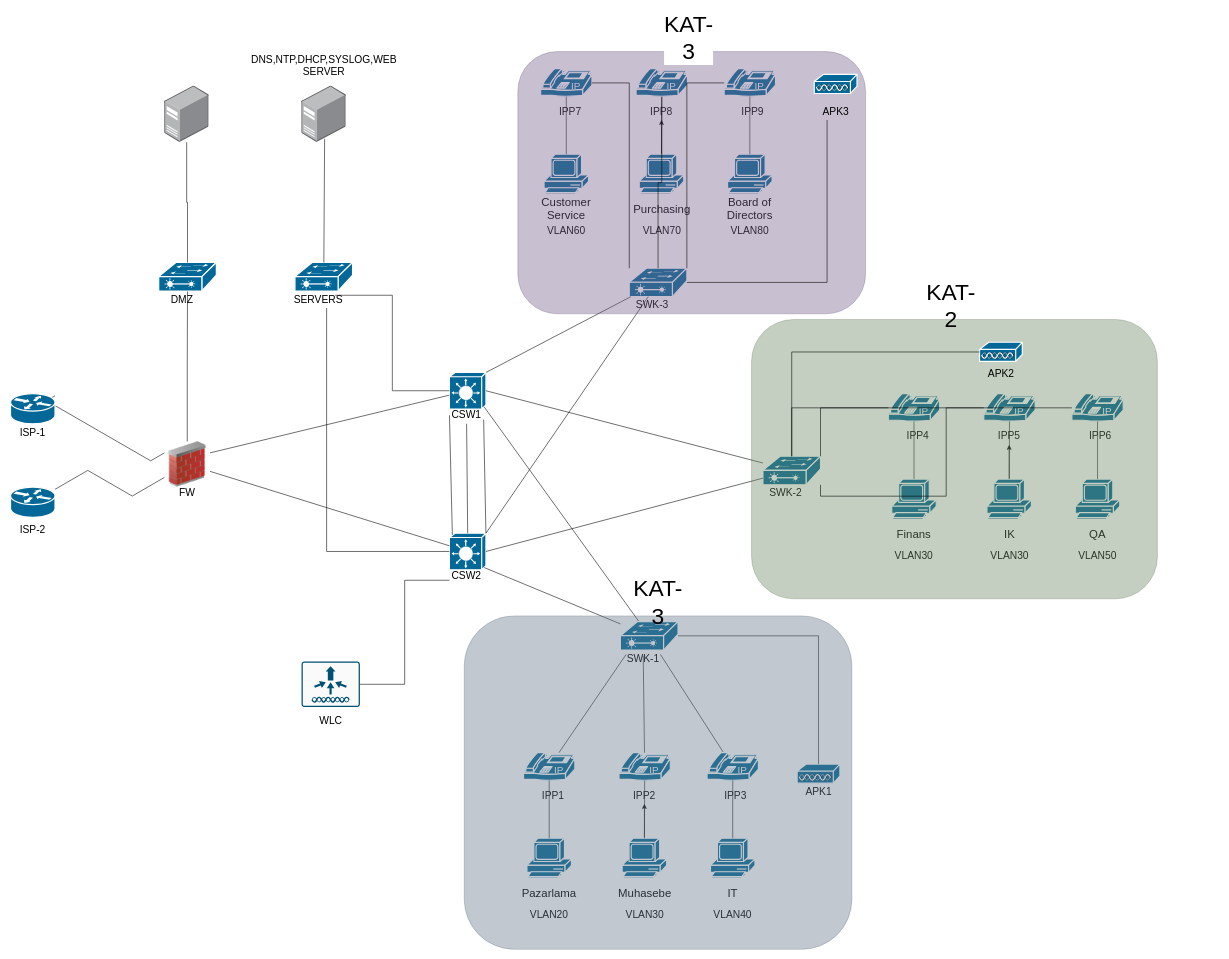
Above: enterprise-network.drawio in sonerunal/Ag-tasarimlari (draw.io), before the change. Source tidied: cells renumbered, new cells numbered last; positions are measured from the earlier drawing's top-left corner, leaving out a move shared by most shapes. Both pictures are drawn from the tidied source at 57%, with x=0, y=0 at pixel (10, 28).
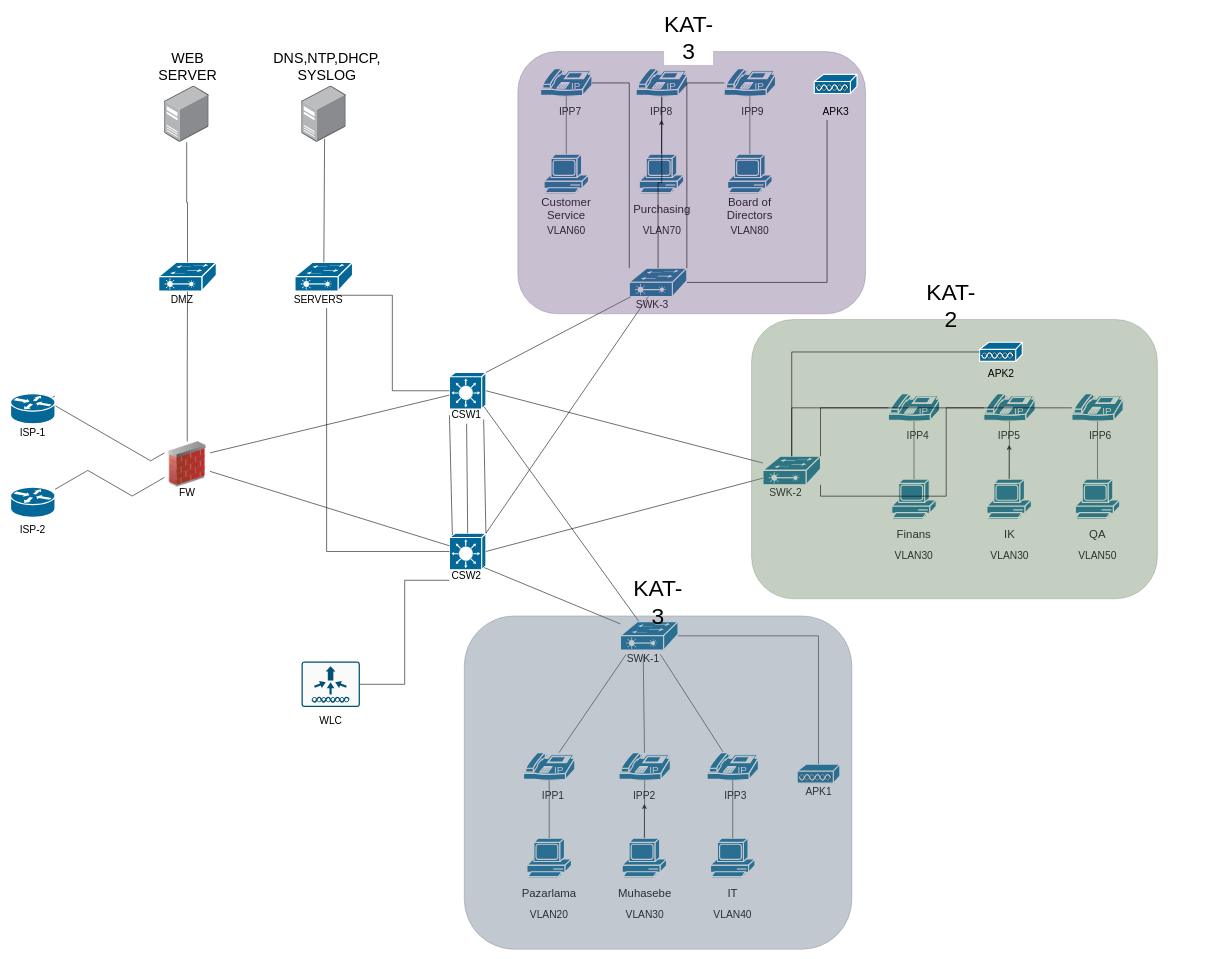
Above is the later version.

What changed in the source:
```diff
@@
-    <mxCell id="96" value="&lt;font style=&quot;font-size: 18px;&quot;&gt;DNS,NTP,DHCP,SYSLOG,WEB SERVER&lt;/font&gt;" style="text;html=1;whiteSpace=wrap;strokeColor=none;fillColor=none;align=center;verticalAlign=middle;rounded=0;" parent="1" vertex="1">
-      <mxGeometry x="519.5" y="50" width="60" height="30" as="geometry" />
+    <mxCell id="96" value="&lt;div&gt;&lt;font style=&quot;font-size: 25px;&quot;&gt;DNS,NTP,DHCP,&lt;/font&gt;&lt;/div&gt;&lt;div&gt;&lt;font style=&quot;font-size: 25px;&quot;&gt;SYSLOG&lt;/font&gt;&lt;/div&gt;" style="text;html=1;whiteSpace=wrap;strokeColor=none;fillColor=none;align=center;verticalAlign=middle;rounded=0;" parent="1" vertex="1">
+      <mxGeometry x="460" y="30" width="190.5" height="70" as="geometry" />
     </mxCell>
@@
+    <mxCell id="140" value="&lt;font style=&quot;font-size: 25px;&quot;&gt;WEB SERVER&lt;/font&gt;" style="text;html=1;whiteSpace=wrap;strokeColor=none;fillColor=none;align=center;verticalAlign=middle;rounded=0;" parent="1" vertex="1">
+      <mxGeometry x="280.5" y="50" width="60" height="30" as="geometry" />
+    </mxCell>
```
